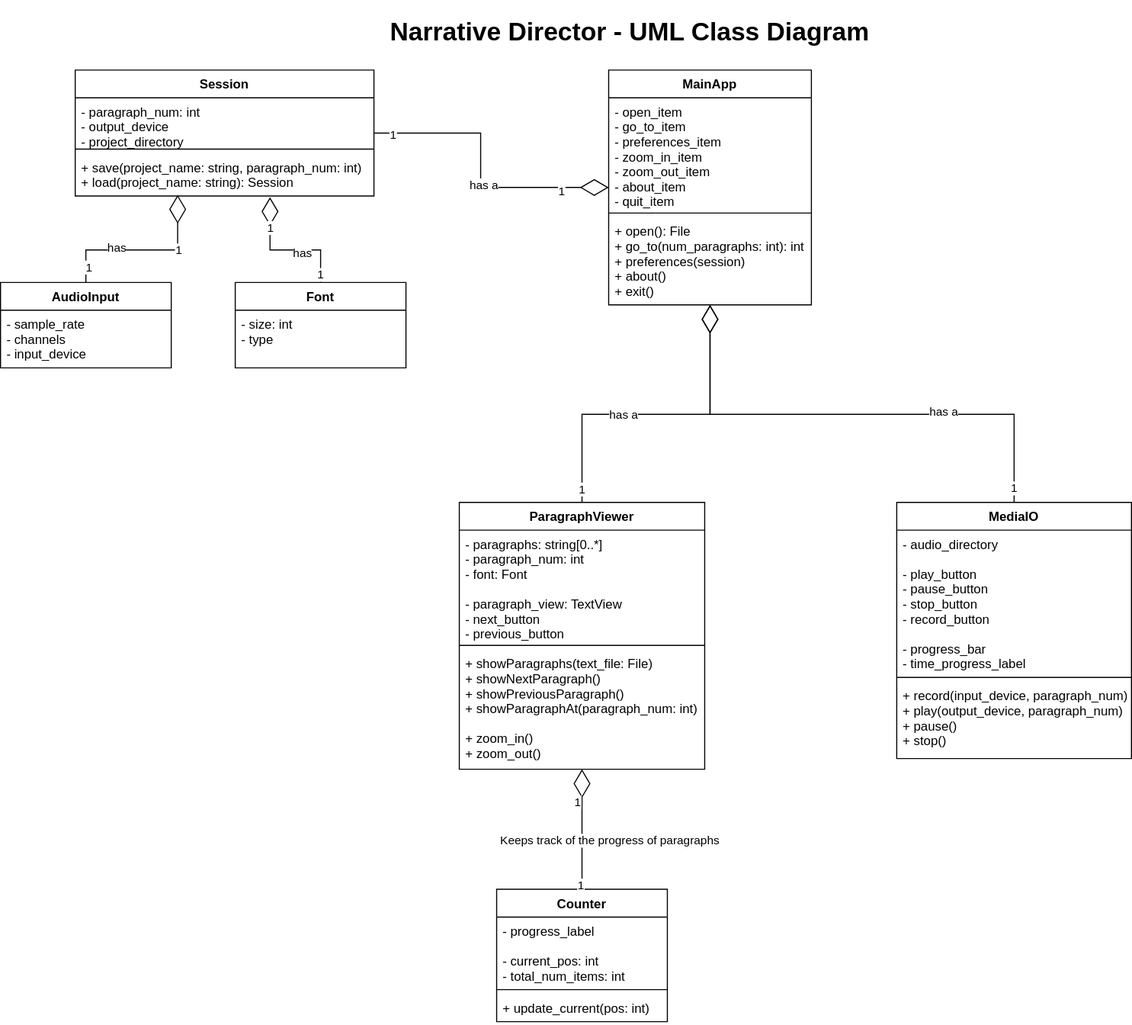
Above: docs/img/classdiagram.svg in divark/narrative-director-rs (draw.io), before the change. Source tidied: cells renumbered, new cells last; positions are measured from the earlier drawing's top-left corner, leaving out a move shared by most shapes.
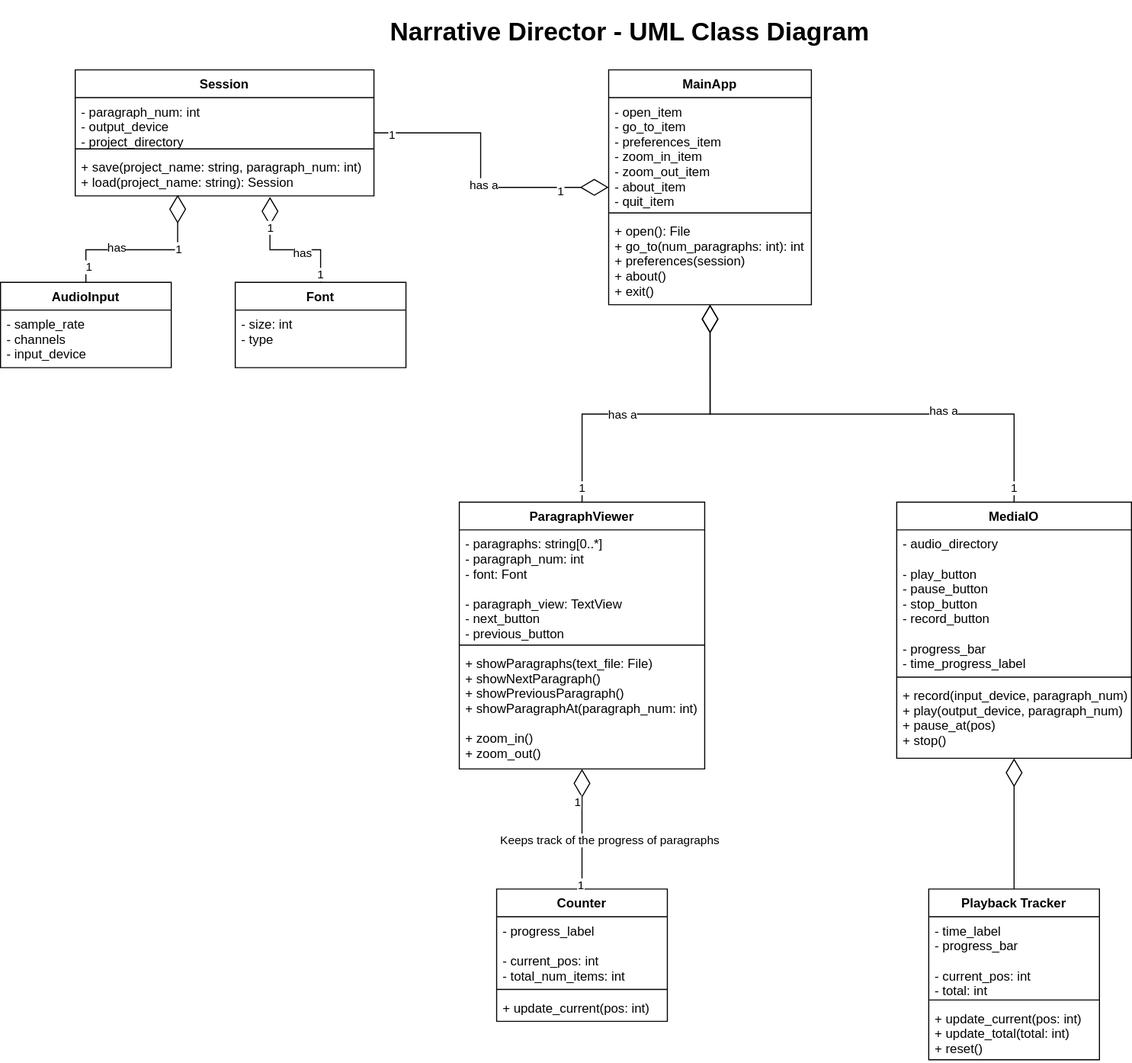
After the change.

Commit message:
Fixed Linux CI error. Ignored Glade and Mac temporary files. Updated Class Diagram. Fixed Clippy warnings for viewer tests.

Diff of the diagram source:
```diff
@@ -146,8 +146,23 @@
     <mxCell id="47" style="line;strokeWidth=1;fillColor=none;align=left;verticalAlign=middle;spacingTop=-1;spacingLeft=3;spacingRight=3;labelPosition=right;" parent="45" vertex="1">
       <mxGeometry y="160" width="220" height="8" as="geometry" />
     </mxCell>
-    <mxCell id="48" value="+ record(input_device, paragraph_num)&#10;+ play(output_device, paragraph_num)&#10;+ pause()&#10;+ stop()&#10;" style="text;strokeColor=none;fillColor=none;align=left;verticalAlign=top;spacingLeft=4;spacingRight=4;overflow=hidden;" parent="45" vertex="1">
+    <mxCell id="48" value="+ record(input_device, paragraph_num)&#10;+ play(output_device, paragraph_num)&#10;+ pause_at(pos)&#10;+ stop()&#10;" style="text;strokeColor=none;fillColor=none;align=left;verticalAlign=top;spacingLeft=4;spacingRight=4;overflow=hidden;" parent="45" vertex="1">
       <mxGeometry y="168" width="220" height="72" as="geometry" />
     </mxCell>
+    <mxCell id="49" style="edgeStyle=orthogonalEdgeStyle;rounded=0;jettySize=auto;html=1;entryX=0.5;entryY=1;entryDx=0;entryDy=0;endArrow=diamondThin;endFill=0;endSize=24;" parent="1" edge="1" source="50" target="45">
+      <mxGeometry relative="1" as="geometry" />
+    </mxCell>
+    <mxCell id="50" value="Playback Tracker" style="swimlane;fontStyle=1;align=center;verticalAlign=top;horizontal=1;startSize=26;" parent="1" vertex="1">
+      <mxGeometry x="870" y="817.5" width="160" height="160" as="geometry" />
+    </mxCell>
+    <mxCell id="51" value="- time_label&#10;- progress_bar&#10;&#10;- current_pos: int&#10;- total: int&#10;" style="text;strokeColor=none;fillColor=none;align=left;verticalAlign=top;spacingLeft=4;spacingRight=4;overflow=hidden;" parent="50" vertex="1">
+      <mxGeometry y="26" width="160" height="74" as="geometry" />
+    </mxCell>
+    <mxCell id="52" style="line;strokeWidth=1;fillColor=none;align=left;verticalAlign=middle;spacingTop=-1;spacingLeft=3;spacingRight=3;labelPosition=right;" parent="50" vertex="1">
+      <mxGeometry y="100" width="160" height="8" as="geometry" />
+    </mxCell>
+    <mxCell id="53" value="+ update_current(pos: int)&#10;+ update_total(total: int)&#10;+ reset()&#10;" style="text;strokeColor=none;fillColor=none;align=left;verticalAlign=top;spacingLeft=4;spacingRight=4;overflow=hidden;" parent="50" vertex="1">
+      <mxGeometry y="108" width="160" height="52" as="geometry" />
+    </mxCell>
   </root>
 </mxGraphModel>
```
